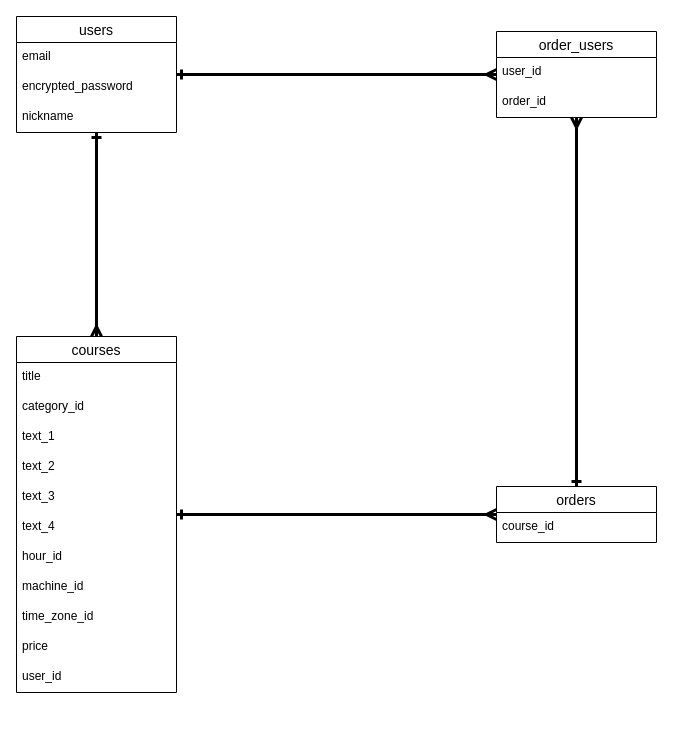
Above: test.dio in aririn712/stepout (draw.io), before the change. Source tidied: cells renumbered, new cells numbered last; positions are measured from the earlier drawing's top-left corner, leaving out a move shared by most shapes. Both pictures are drawn from the tidied source at 100%, with x=0, y=0 at pixel (16, 16).
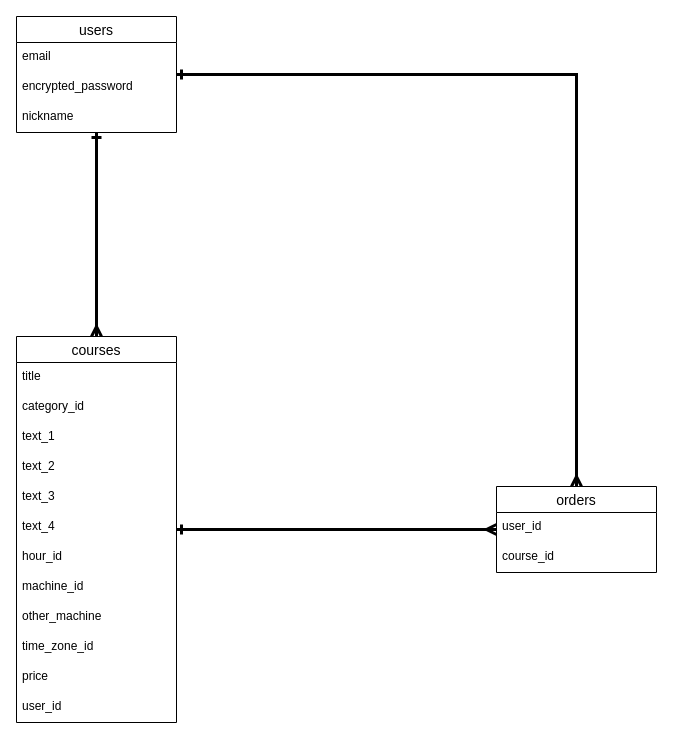
Above is the later version.

The change refers to these unchanged cells:
```xml
<mxCell id="4" value="users" style="swimlane;fontStyle=0;horizontal=1;startSize=26;align=center;fontSize=14;" parent="1" vertex="1">
  <mxGeometry width="160" height="116" as="geometry" />
</mxCell>
```

What changed in the source:
```diff
@@
-    <mxCell id="2" style="rounded=0;jettySize=auto;html=1;edgeStyle=orthogonalEdgeStyle;strokeColor=none;endArrow=ERone;endFill=0;" parent="1" edge="1" source="4" target="8">
-      <mxGeometry relative="1" as="geometry" />
+    <mxCell id="2" style="rounded=0;jettySize=auto;html=1;edgeStyle=orthogonalEdgeStyle;strokeColor=none;endArrow=ERone;endFill=0;" parent="1" edge="1" source="4">
+      <mxGeometry relative="1" as="geometry">
+        <mxPoint x="480" y="58" as="targetPoint" />
+      </mxGeometry>
     </mxCell>
-    <mxCell id="3" style="edgeStyle=orthogonalEdgeStyle;jettySize=auto;html=1;endArrow=ERmany;endFill=0;startArrow=ERone;startFill=0;rounded=0;strokeWidth=3;" parent="1" edge="1" source="4" target="8">
-      <mxGeometry relative="1" as="geometry" />
+    <mxCell id="3" style="edgeStyle=orthogonalEdgeStyle;jettySize=auto;html=1;endArrow=ERmany;endFill=0;startArrow=ERone;startFill=0;rounded=0;strokeWidth=3;" parent="1" edge="1" source="4" target="26">
+      <mxGeometry relative="1" as="geometry">
+        <Array as="points">
+          <mxPoint x="560" y="58" />
+        </Array>
+      </mxGeometry>
     </mxCell>
@@
-    <mxCell id="8" value="order_users" style="swimlane;fontStyle=0;horizontal=1;startSize=26;align=center;fontSize=14;" parent="1" vertex="1">
-      <mxGeometry x="480" y="15" width="160" height="86" as="geometry" />
-    </mxCell>
-    <mxCell id="9" value="user_id" style="text;strokeColor=none;fillColor=none;spacingLeft=4;spacingRight=4;overflow=hidden;fontSize=12;" parent="8" vertex="1">
-      <mxGeometry y="26" width="160" height="30" as="geometry" />
-    </mxCell>
-    <mxCell id="10" value="order_id" style="text;strokeColor=none;fillColor=none;spacingLeft=4;spacingRight=4;overflow=hidden;fontSize=12;" parent="8" vertex="1">
-      <mxGeometry y="56" width="160" height="30" as="geometry" />
-    </mxCell>
@@
     <mxCell id="13" value="courses" style="swimlane;fontStyle=0;horizontal=1;startSize=26;align=center;fontSize=14;" parent="1" vertex="1">
-      <mxGeometry y="320" width="160" height="356" as="geometry" />
+      <mxGeometry y="320" width="160" height="386" as="geometry" />
     </mxCell>
@@
+    <mxCell id="28" value="other_machine" style="text;strokeColor=none;fillColor=none;spacingLeft=4;spacingRight=4;overflow=hidden;fontSize=12;" parent="13" vertex="1">
+      <mxGeometry y="266" width="160" height="30" as="geometry" />
+    </mxCell>
     <mxCell id="22" value="time_zone_id" style="text;strokeColor=none;fillColor=none;spacingLeft=4;spacingRight=4;overflow=hidden;fontSize=12;" parent="13" vertex="1">
-      <mxGeometry y="266" width="160" height="30" as="geometry" />
+      <mxGeometry y="296" width="160" height="30" as="geometry" />
     </mxCell>
     <mxCell id="23" value="price" style="text;strokeColor=none;fillColor=none;spacingLeft=4;spacingRight=4;overflow=hidden;fontSize=12;" parent="13" vertex="1">
-      <mxGeometry y="296" width="160" height="30" as="geometry" />
+      <mxGeometry y="326" width="160" height="30" as="geometry" />
     </mxCell>
     <mxCell id="24" value="user_id" style="text;strokeColor=none;fillColor=none;spacingLeft=4;spacingRight=4;overflow=hidden;fontSize=12;" parent="13" vertex="1">
-      <mxGeometry y="326" width="160" height="30" as="geometry" />
+      <mxGeometry y="356" width="160" height="30" as="geometry" />
     </mxCell>
-    <mxCell id="25" style="edgeStyle=orthogonalEdgeStyle;rounded=0;jettySize=auto;html=1;startArrow=ERone;startFill=0;endArrow=ERmany;endFill=0;strokeWidth=3;" parent="1" edge="1" source="26" target="8">
-      <mxGeometry relative="1" as="geometry" />
-    </mxCell>
     <mxCell id="26" value="orders" style="swimlane;fontStyle=0;horizontal=1;startSize=26;align=center;fontSize=14;" parent="1" vertex="1">
-      <mxGeometry x="480" y="470" width="160" height="56" as="geometry" />
+      <mxGeometry x="480" y="470" width="160" height="86" as="geometry" />
     </mxCell>
-    <mxCell id="27" value="course_id" style="text;strokeColor=none;fillColor=none;spacingLeft=4;spacingRight=4;overflow=hidden;fontSize=12;" parent="26" vertex="1">
+    <mxCell id="27" value="user_id" style="text;strokeColor=none;fillColor=none;spacingLeft=4;spacingRight=4;overflow=hidden;fontSize=12;" parent="26" vertex="1">
       <mxGeometry y="26" width="160" height="30" as="geometry" />
     </mxCell>
+    <mxCell id="29" value="course_id" style="text;strokeColor=none;fillColor=none;spacingLeft=4;spacingRight=4;overflow=hidden;fontSize=12;" parent="26" vertex="1">
+      <mxGeometry y="56" width="160" height="30" as="geometry" />
+    </mxCell>
```
